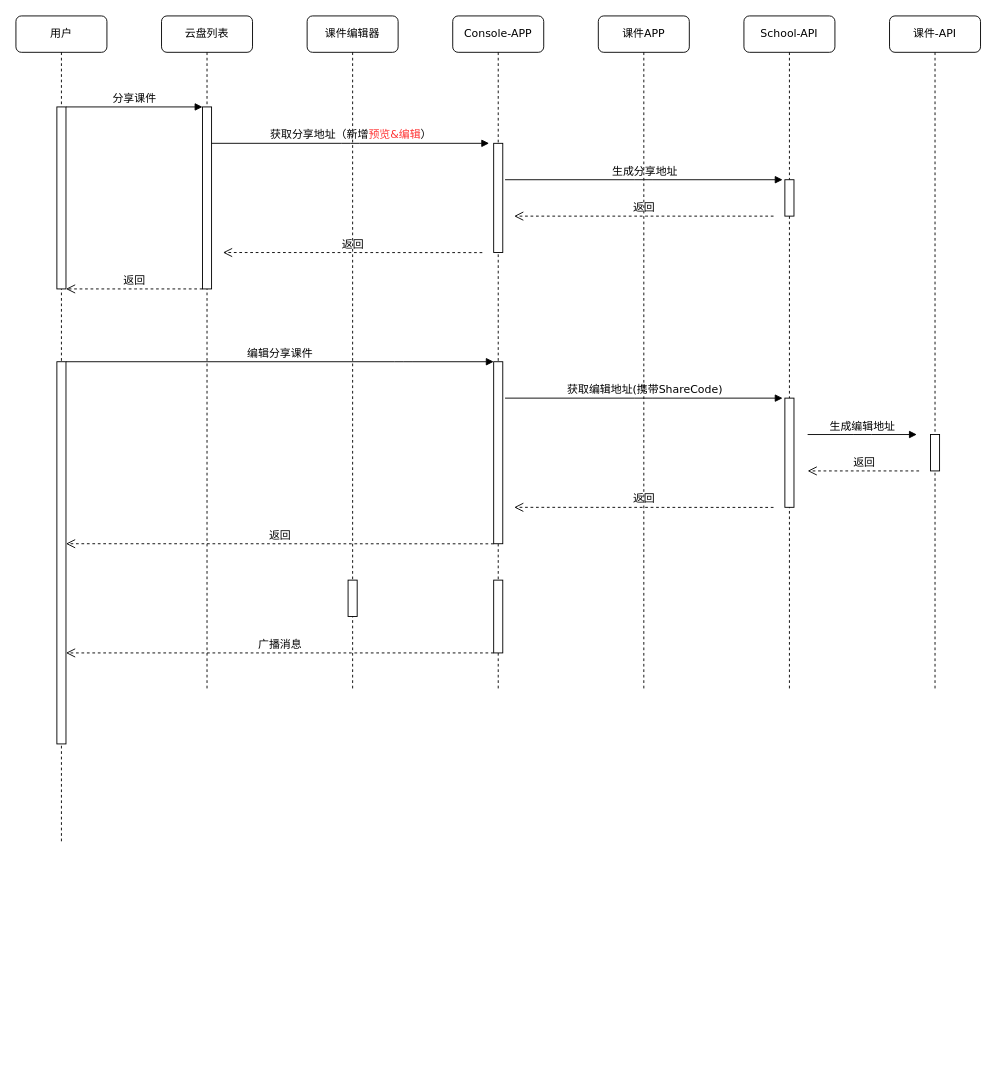
huanjiesm/saas-draw keeps this draw.io diagram as saas-share.drawio. Above is the earlier version. Source tidied: cells renumbered, new cells numbered last; positions are measured from the earlier drawing's top-left corner, leaving out a move shared by most shapes. Both pictures are drawn from the tidied source at 91%, with x=0, y=0 at pixel (15, 15).
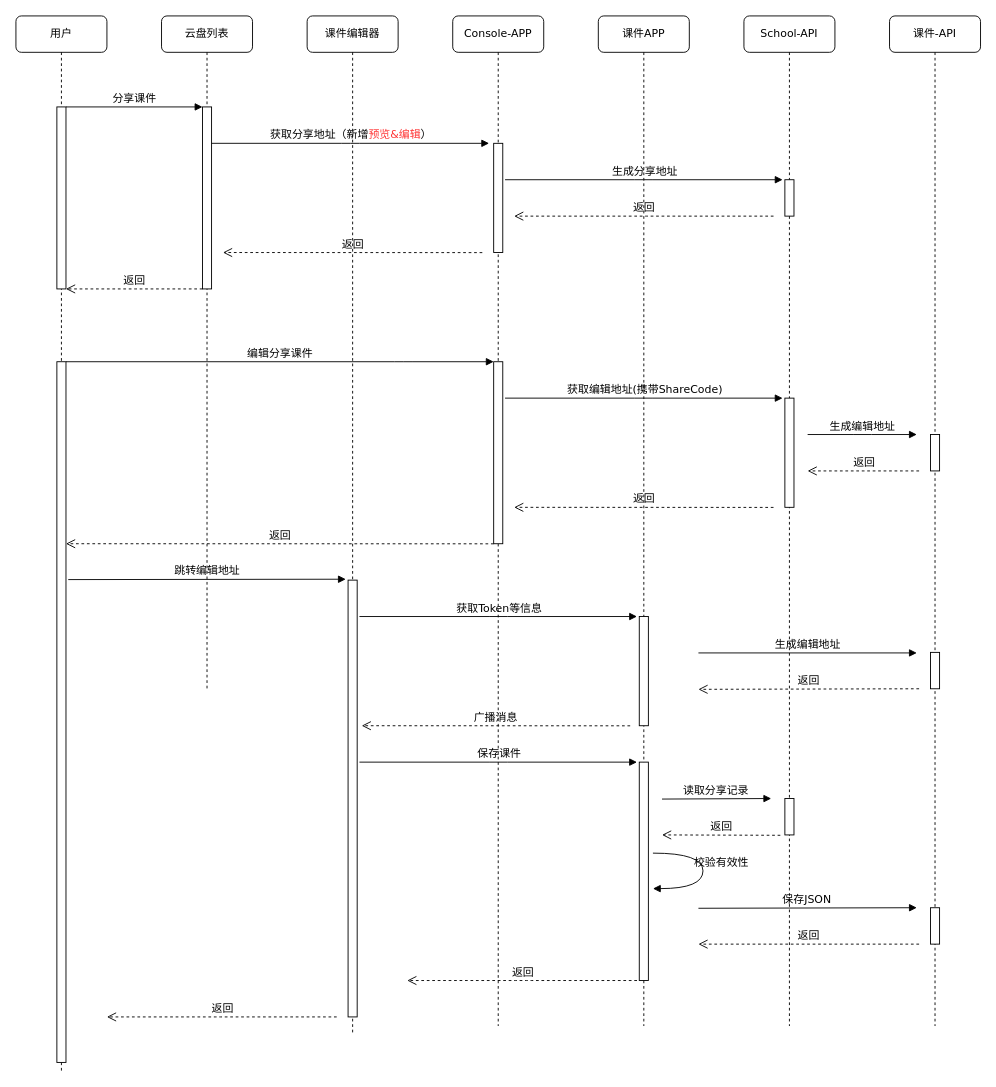
Above is the later version.

Unchanged cells that the change refers to:
```xml
<mxCell id="6" value="云盘列表" style="shape=umlLifeline;perimeter=lifelinePerimeter;whiteSpace=wrap;html=1;rounded=1;shadow=0;comic=0;labelBackgroundColor=none;strokeWidth=1;fontFamily=Verdana;fontSize=12;align=center;" parent="1" vertex="1">
  <mxGeometry x="160" width="100" height="740" as="geometry" />
</mxCell>
```

What changed in the source:
```diff
@@
     <mxCell id="2" value="Console-APP" style="shape=umlLifeline;perimeter=lifelinePerimeter;whiteSpace=wrap;html=1;rounded=1;shadow=0;comic=0;labelBackgroundColor=none;strokeWidth=1;fontFamily=Verdana;fontSize=12;align=center;" parent="1" vertex="1">
-      <mxGeometry x="480" width="100" height="740" as="geometry" />
+      <mxGeometry x="480" width="100" height="1110" as="geometry" />
     </mxCell>
-    <mxCell id="3" style="html=1;perimeter=orthogonalPerimeter;rounded=0;shadow=0;comic=0;labelBackgroundColor=none;strokeWidth=1;fontFamily=Verdana;fontSize=12;align=center;" parent="2" vertex="1">
-      <mxGeometry x="45" y="620" width="10" height="80" as="geometry" />
-    </mxCell>
@@
+    <mxCell id="32" value="返回" style="html=1;verticalAlign=bottom;endArrow=open;dashed=1;endSize=8;labelBackgroundColor=none;fontFamily=Verdana;fontSize=12;edgeStyle=elbowEdgeStyle;elbow=vertical;" parent="2" edge="1">
+      <mxGeometry relative="1" as="geometry">
+        <mxPoint x="202.5" y="1060" as="sourcePoint" />
+        <mxPoint x="-50" y="1060" as="targetPoint" />
+      </mxGeometry>
+    </mxCell>
@@
+    <mxCell id="33" value="跳转编辑地址" style="html=1;verticalAlign=bottom;endArrow=block;labelBackgroundColor=none;fontFamily=Verdana;fontSize=12;edgeStyle=elbowEdgeStyle;elbow=vertical;rounded=1;strokeColor=default;align=center;fontColor=default;" parent="6" edge="1">
+      <mxGeometry relative="1" as="geometry">
+        <mxPoint x="-102.5" y="619.4" as="sourcePoint" />
+        <mxPoint x="202.5" y="619.4" as="targetPoint" />
+      </mxGeometry>
+    </mxCell>
     <mxCell id="10" value="课件编辑器" style="shape=umlLifeline;perimeter=lifelinePerimeter;whiteSpace=wrap;html=1;rounded=1;shadow=0;comic=0;labelBackgroundColor=none;strokeWidth=1;fontFamily=Verdana;fontSize=12;align=center;" parent="1" vertex="1">
-      <mxGeometry x="320" width="100" height="740" as="geometry" />
+      <mxGeometry x="320" width="100" height="1120" as="geometry" />
     </mxCell>
     <mxCell id="11" style="html=1;perimeter=orthogonalPerimeter;rounded=0;shadow=0;comic=0;labelBackgroundColor=none;strokeWidth=1;fontFamily=Verdana;fontSize=12;align=center;" parent="10" vertex="1">
-      <mxGeometry x="45" y="620" width="10" height="40" as="geometry" />
+      <mxGeometry x="45" y="620" width="10" height="480" as="geometry" />
     </mxCell>
     <mxCell id="12" value="用户" style="shape=umlLifeline;perimeter=lifelinePerimeter;whiteSpace=wrap;html=1;rounded=1;shadow=0;comic=0;labelBackgroundColor=none;strokeWidth=1;fontFamily=Verdana;fontSize=12;align=center;" parent="1" vertex="1">
-      <mxGeometry width="100" height="910" as="geometry" />
+      <mxGeometry width="100" height="1160" as="geometry" />
     </mxCell>
@@
     <mxCell id="14" style="html=1;perimeter=orthogonalPerimeter;rounded=0;shadow=0;comic=0;labelBackgroundColor=none;strokeWidth=1;fontFamily=Verdana;fontSize=12;align=center;" parent="12" vertex="1">
-      <mxGeometry x="45" y="380" width="10" height="420" as="geometry" />
+      <mxGeometry x="45" y="380" width="10" height="770" as="geometry" />
     </mxCell>
     <mxCell id="15" value="课件APP" style="shape=umlLifeline;perimeter=lifelinePerimeter;whiteSpace=wrap;html=1;rounded=1;shadow=0;comic=0;labelBackgroundColor=none;strokeWidth=1;fontFamily=Verdana;fontSize=12;align=center;" parent="1" vertex="1">
-      <mxGeometry x="640" width="100" height="740" as="geometry" />
+      <mxGeometry x="640" width="100" height="1110" as="geometry" />
     </mxCell>
+    <mxCell id="3" style="html=1;perimeter=orthogonalPerimeter;rounded=0;shadow=0;comic=0;labelBackgroundColor=none;strokeWidth=1;fontFamily=Verdana;fontSize=12;align=center;" parent="15" vertex="1">
+      <mxGeometry x="45" y="660" width="10" height="120" as="geometry" />
+    </mxCell>
+    <mxCell id="34" style="html=1;perimeter=orthogonalPerimeter;rounded=0;shadow=0;comic=0;labelBackgroundColor=none;strokeWidth=1;fontFamily=Verdana;fontSize=12;align=center;" parent="15" vertex="1">
+      <mxGeometry x="45" y="820" width="10" height="240" as="geometry" />
+    </mxCell>
@@
-    <mxCell id="19" value="广播消息" style="html=1;verticalAlign=bottom;endArrow=open;dashed=1;endSize=8;labelBackgroundColor=none;fontFamily=Verdana;fontSize=12;edgeStyle=elbowEdgeStyle;elbow=vertical;exitX=-0.245;exitY=0.997;exitDx=0;exitDy=0;exitPerimeter=0;" parent="1" edge="1">
+    <mxCell id="19" value="广播消息" style="html=1;verticalAlign=bottom;endArrow=open;dashed=1;endSize=8;labelBackgroundColor=none;fontFamily=Verdana;fontSize=12;edgeStyle=elbowEdgeStyle;elbow=vertical;" parent="1" edge="1">
       <mxGeometry relative="1" as="geometry">
-        <mxPoint x="525" y="700" as="sourcePoint" />
-        <mxPoint x="55" y="700" as="targetPoint" />
+        <mxPoint x="675" y="780.1" as="sourcePoint" />
+        <mxPoint x="380" y="780.1" as="targetPoint" />
       </mxGeometry>
     </mxCell>
     <mxCell id="20" value="School-API" style="shape=umlLifeline;perimeter=lifelinePerimeter;whiteSpace=wrap;html=1;rounded=1;shadow=0;comic=0;labelBackgroundColor=none;strokeWidth=1;fontFamily=Verdana;fontSize=12;align=center;" parent="1" vertex="1">
-      <mxGeometry x="800" width="100" height="740" as="geometry" />
+      <mxGeometry x="800" width="100" height="1110" as="geometry" />
     </mxCell>
@@
+    <mxCell id="35" style="html=1;perimeter=orthogonalPerimeter;rounded=0;shadow=0;comic=0;labelBackgroundColor=none;strokeWidth=1;fontFamily=Verdana;fontSize=12;align=center;" parent="20" vertex="1">
+      <mxGeometry x="45" y="860" width="10" height="40" as="geometry" />
+    </mxCell>
     <mxCell id="23" value="课件-API" style="shape=umlLifeline;perimeter=lifelinePerimeter;whiteSpace=wrap;html=1;rounded=1;shadow=0;comic=0;labelBackgroundColor=none;strokeWidth=1;fontFamily=Verdana;fontSize=12;align=center;" parent="1" vertex="1">
-      <mxGeometry x="960" width="100" height="740" as="geometry" />
+      <mxGeometry x="960" width="100" height="1110" as="geometry" />
     </mxCell>
@@
+    <mxCell id="36" value="获取Token等信息" style="html=1;verticalAlign=bottom;endArrow=block;labelBackgroundColor=none;fontFamily=Verdana;fontSize=12;edgeStyle=elbowEdgeStyle;elbow=vertical;rounded=1;strokeColor=default;align=center;fontColor=default;" parent="1" edge="1">
+      <mxGeometry relative="1" as="geometry">
+        <mxPoint x="377.5" y="660" as="sourcePoint" />
+        <mxPoint x="682.5" y="660" as="targetPoint" />
+      </mxGeometry>
+    </mxCell>
+    <mxCell id="37" style="html=1;perimeter=orthogonalPerimeter;rounded=0;shadow=0;comic=0;labelBackgroundColor=none;strokeWidth=1;fontFamily=Verdana;fontSize=12;align=center;" parent="1" vertex="1">
+      <mxGeometry x="1005" y="699.4" width="10" height="40" as="geometry" />
+    </mxCell>
+    <mxCell id="38" value="生成编辑地址" style="html=1;verticalAlign=bottom;endArrow=block;labelBackgroundColor=none;fontFamily=Verdana;fontSize=12;edgeStyle=elbowEdgeStyle;elbow=vertical;" parent="1" edge="1">
+      <mxGeometry relative="1" as="geometry">
+        <mxPoint x="750" y="700" as="sourcePoint" />
+        <mxPoint x="990" y="699.4" as="targetPoint" />
+      </mxGeometry>
+    </mxCell>
+    <mxCell id="39" value="返回" style="html=1;verticalAlign=bottom;endArrow=open;dashed=1;endSize=8;labelBackgroundColor=none;fontFamily=Verdana;fontSize=12;edgeStyle=elbowEdgeStyle;elbow=vertical;" parent="1" edge="1">
+      <mxGeometry relative="1" as="geometry">
+        <mxPoint x="992.5" y="739.4" as="sourcePoint" />
+        <mxPoint x="750" y="740" as="targetPoint" />
+      </mxGeometry>
+    </mxCell>
+    <mxCell id="40" value="保存课件" style="html=1;verticalAlign=bottom;endArrow=block;labelBackgroundColor=none;fontFamily=Verdana;fontSize=12;edgeStyle=elbowEdgeStyle;elbow=vertical;rounded=1;strokeColor=default;align=center;fontColor=default;" parent="1" edge="1">
+      <mxGeometry relative="1" as="geometry">
+        <mxPoint x="377.5" y="820" as="sourcePoint" />
+        <mxPoint x="682.5" y="820" as="targetPoint" />
+      </mxGeometry>
+    </mxCell>
+    <mxCell id="41" value="读取分享记录" style="html=1;verticalAlign=bottom;endArrow=block;labelBackgroundColor=none;fontFamily=Verdana;fontSize=12;edgeStyle=elbowEdgeStyle;elbow=vertical;" parent="1" edge="1">
+      <mxGeometry relative="1" as="geometry">
+        <mxPoint x="710" y="860.6" as="sourcePoint" />
+        <mxPoint x="830" y="860" as="targetPoint" />
+      </mxGeometry>
+    </mxCell>
+    <mxCell id="42" value="返回" style="html=1;verticalAlign=bottom;endArrow=open;dashed=1;endSize=8;labelBackgroundColor=none;fontFamily=Verdana;fontSize=12;edgeStyle=elbowEdgeStyle;elbow=vertical;" parent="1" edge="1">
+      <mxGeometry relative="1" as="geometry">
+        <mxPoint x="840" y="900.4" as="sourcePoint" />
+        <mxPoint x="710" y="900" as="targetPoint" />
+      </mxGeometry>
+    </mxCell>
+    <mxCell id="43" value="校验有效性" style="html=1;verticalAlign=bottom;endArrow=block;labelBackgroundColor=none;fontFamily=Verdana;fontSize=12;elbow=vertical;edgeStyle=orthogonalEdgeStyle;curved=1;exitX=1.038;exitY=0.345;exitPerimeter=0;entryX=1.027;entryY=0.831;entryDx=0;entryDy=0;entryPerimeter=0;" parent="1" edge="1">
+      <mxGeometry x="0.01" y="20" relative="1" as="geometry">
+        <mxPoint x="700" y="920" as="sourcePoint" />
+        <mxPoint x="700" y="959" as="targetPoint" />
+        <Array as="points">
+          <mxPoint x="755" y="920" />
+          <mxPoint x="755" y="959" />
+        </Array>
+      </mxGeometry>
+    </mxCell>
+    <mxCell id="44" style="html=1;perimeter=orthogonalPerimeter;rounded=0;shadow=0;comic=0;labelBackgroundColor=none;strokeWidth=1;fontFamily=Verdana;fontSize=12;align=center;" parent="1" vertex="1">
+      <mxGeometry x="1005" y="980" width="10" height="40" as="geometry" />
+    </mxCell>
+    <mxCell id="45" value="保存JSON" style="html=1;verticalAlign=bottom;endArrow=block;labelBackgroundColor=none;fontFamily=Verdana;fontSize=12;edgeStyle=elbowEdgeStyle;elbow=vertical;" parent="1" edge="1">
+      <mxGeometry relative="1" as="geometry">
+        <mxPoint x="750" y="980.6" as="sourcePoint" />
+        <mxPoint x="990" y="980" as="targetPoint" />
+      </mxGeometry>
+    </mxCell>
+    <mxCell id="46" value="返回" style="html=1;verticalAlign=bottom;endArrow=open;dashed=1;endSize=8;labelBackgroundColor=none;fontFamily=Verdana;fontSize=12;edgeStyle=elbowEdgeStyle;elbow=vertical;" parent="1" edge="1">
+      <mxGeometry relative="1" as="geometry">
+        <mxPoint x="992.5" y="1020" as="sourcePoint" />
+        <mxPoint x="750" y="1020.6" as="targetPoint" />
+      </mxGeometry>
+    </mxCell>
+    <mxCell id="47" value="返回" style="html=1;verticalAlign=bottom;endArrow=open;dashed=1;endSize=8;labelBackgroundColor=none;fontFamily=Verdana;fontSize=12;edgeStyle=elbowEdgeStyle;elbow=vertical;" parent="1" edge="1">
+      <mxGeometry relative="1" as="geometry">
+        <mxPoint x="352.5" y="1100" as="sourcePoint" />
+        <mxPoint x="100" y="1100" as="targetPoint" />
+      </mxGeometry>
+    </mxCell>
```
